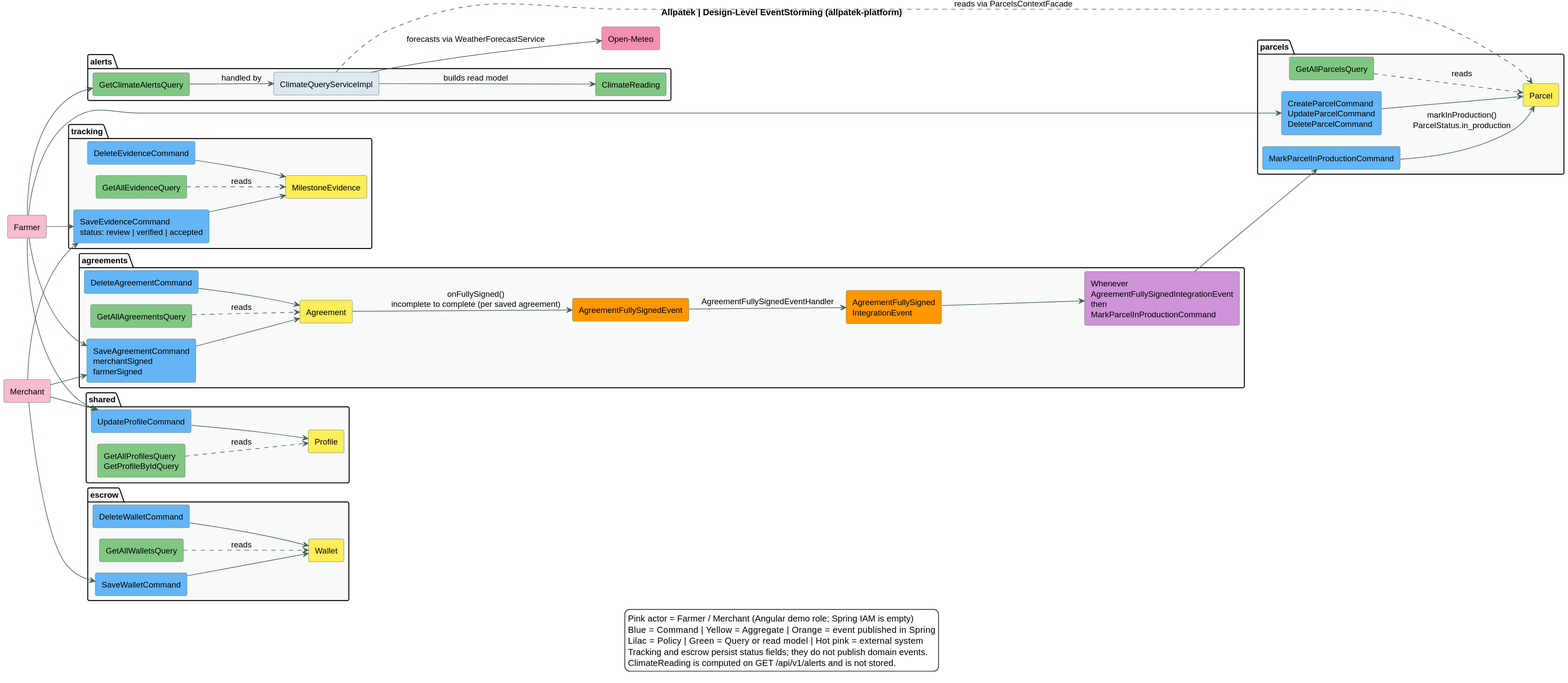
This is assets/chapter-04/architecture/01-eventstorming.svg from upc-pre-202620-1asi0729-7753-Terranova/allpatek-report, a PlantUML export, as it was before one commit.
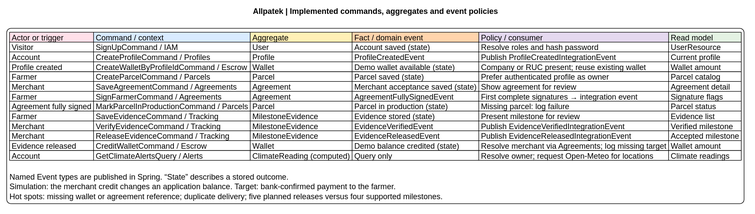
The same file after the commit.

Commit message:
docs(eventstorming): trace published events and their business policies

What changed in the source:
```diff
@@ -2,106 +2,29 @@
 !pragma layout smetana
 skinparam backgroundColor white
 skinparam defaultFontName SansSerif
-skinparam defaultFontSize 13
+skinparam defaultFontSize 14
 skinparam shadowing false
-skinparam ArrowColor #476050
-skinparam RectangleBorderColor #5D6D67
-skinparam wrapWidth 200
-skinparam dpi 135
+skinparam dpi 120
+title Allpatek | Implemented commands, aggregates and event policies
+skinparam LegendBackgroundColor white
+skinparam LegendFontSize 14
+legend center
+|<#FFE0E9> Actor or trigger |<#D9EBFF> Command / context |<#FFF0B6> Aggregate |<#FFD4AC> Fact / domain event |<#E5D9EF> Policy / consumer |<#E4F2E3> Read model |
+| Visitor | SignUpCommand / IAM | User | Account saved (state) | Resolve roles and hash password | UserResource |
+| Account | CreateProfileCommand / Profiles | Profile | ProfileCreatedEvent | Publish ProfileCreatedIntegrationEvent | Current profile |
+| Profile created | CreateWalletByProfileIdCommand / Escrow | Wallet | Demo wallet available (state) | Company or RUC present; reuse existing wallet | Wallet amount |
+| Farmer | CreateParcelCommand / Parcels | Parcel | Parcel saved (state) | Prefer authenticated profile as owner | Parcel catalog |
+| Merchant | SaveAgreementCommand / Agreements | Agreement | Merchant acceptance saved (state) | Show agreement for review | Agreement detail |
+| Farmer | SignFarmerCommand / Agreements | Agreement | AgreementFullySignedEvent | First complete signatures → integration event | Signature flags |
+| Agreement fully signed | MarkParcelInProductionCommand / Parcels | Parcel | Parcel in production (state) | Missing parcel: log failure | Parcel status |
+| Farmer | SaveEvidenceCommand / Tracking | MilestoneEvidence | Evidence stored (state) | Present milestone for review | Evidence list |
+| Merchant | VerifyEvidenceCommand / Tracking | MilestoneEvidence | EvidenceVerifiedEvent | Publish EvidenceVerifiedIntegrationEvent | Verified milestone |
+| Merchant | ReleaseEvidenceCommand / Tracking | MilestoneEvidence | EvidenceReleasedEvent | Publish EvidenceReleasedIntegrationEvent | Accepted milestone |
+| Evidence released | CreditWalletCommand / Escrow | Wallet | Demo balance credited (state) | Resolve merchant via Agreements; log missing target | Wallet amount |
+| Account | GetClimateAlertsQuery / Alerts | ClimateReading (computed) | Query only | Resolve owner; request Open-Meteo for locations | Climate readings |
 
-title Allpatek | Design-Level EventStorming (allpatek-platform)
-left to right direction
-
-rectangle "Farmer" as farmer #F8BBD0
-rectangle "Merchant" as merchant #F8BBD0
-
-package "parcels" #F7FAF8 {
-  rectangle "CreateParcelCommand\nUpdateParcelCommand\nDeleteParcelCommand" as parcelCmd #64B5F6
-  rectangle "Parcel" as parcelAgg #FFEE58
-  rectangle "GetAllParcelsQuery" as parcelQ #81C784
-  rectangle "MarkParcelInProductionCommand" as markCmd #64B5F6
-}
-
-package "agreements" #F7FAF8 {
-  rectangle "SaveAgreementCommand\nmerchantSigned\nfarmerSigned" as agrCmd #64B5F6
-  rectangle "DeleteAgreementCommand" as agrDel #64B5F6
-  rectangle "Agreement" as agrAgg #FFEE58
-  rectangle "AgreementFullySignedEvent" as agrEvt #FF9800
-  rectangle "AgreementFullySigned\nIntegrationEvent" as agrInt #FF9800
-  rectangle "Whenever AgreementFullySignedIntegrationEvent\nthen MarkParcelInProductionCommand" as policy #CE93D8
-  rectangle "GetAllAgreementsQuery" as agrQ #81C784
-}
-
-package "tracking" #F7FAF8 {
-  rectangle "SaveEvidenceCommand\nstatus: review | verified | accepted" as evCmd #64B5F6
-  rectangle "DeleteEvidenceCommand" as evDel #64B5F6
-  rectangle "MilestoneEvidence" as evAgg #FFEE58
-  rectangle "GetAllEvidenceQuery" as evQ #81C784
-}
-
-package "escrow" #F7FAF8 {
-  rectangle "SaveWalletCommand" as wCmd #64B5F6
-  rectangle "DeleteWalletCommand" as wDel #64B5F6
-  rectangle "Wallet" as wAgg #FFEE58
-  rectangle "GetAllWalletsQuery" as wQ #81C784
-}
-
-package "alerts" #F7FAF8 {
-  rectangle "GetClimateAlertsQuery" as alQ #81C784
-  rectangle "ClimateReading" as climate #81C784
-  rectangle "ClimateQueryServiceImpl" as climateSvc #DBE8EF
-}
-
-package "shared" #F7FAF8 {
-  rectangle "UpdateProfileCommand" as pCmd #64B5F6
-  rectangle "Profile" as pAgg #FFEE58
-  rectangle "GetAllProfilesQuery\nGetProfileByIdQuery" as pQ #81C784
-}
-
-rectangle "Open-Meteo" as meteo #F48FB1
-
-farmer --> parcelCmd
-parcelCmd --> parcelAgg
-parcelQ ..> parcelAgg : reads
-
-farmer --> agrCmd
-merchant --> agrCmd
-agrCmd --> agrAgg
-agrDel --> agrAgg
-agrAgg --> agrEvt : onFullySigned()\nincomplete to complete (per saved agreement)
-agrEvt --> agrInt : AgreementFullySignedEventHandler
-agrInt --> policy
-policy --> markCmd
-markCmd --> parcelAgg : markInProduction()\nParcelStatus.in_production
-agrQ ..> agrAgg : reads
-
-farmer --> evCmd
-merchant --> evCmd
-evCmd --> evAgg
-evDel --> evAgg
-evQ ..> evAgg : reads
-
-merchant --> wCmd
-wCmd --> wAgg
-wDel --> wAgg
-wQ ..> wAgg : reads
-
-farmer --> alQ
-alQ --> climateSvc : handled by
-climateSvc ..> parcelAgg : reads via ParcelsContextFacade
-climateSvc --> meteo : forecasts via WeatherForecastService
-climateSvc --> climate : builds read model
-
-farmer --> pCmd
-merchant --> pCmd
-pCmd --> pAgg
-pQ ..> pAgg : reads
-
-legend bottom
-  Pink actor = Farmer / Merchant (Angular demo role; Spring IAM is empty)
-  Blue = Command  |  Yellow = Aggregate  |  Orange = event published in Spring
-  Lilac = Policy  |  Green = Query or read model  |  Hot pink = external system
-  Tracking and escrow persist status fields; they do not publish domain events.
-  ClimateReading is computed on GET /api/v1/alerts and is not stored.
+Named Event types are published in Spring. “State” describes a stored outcome.
+Simulation: the merchant credit changes an application balance. Target: bank-confirmed payment to the farmer.
+Hot spots: missing wallet or agreement reference; duplicate delivery; five planned releases versus four supported milestones.
 endlegend
 @enduml
```
